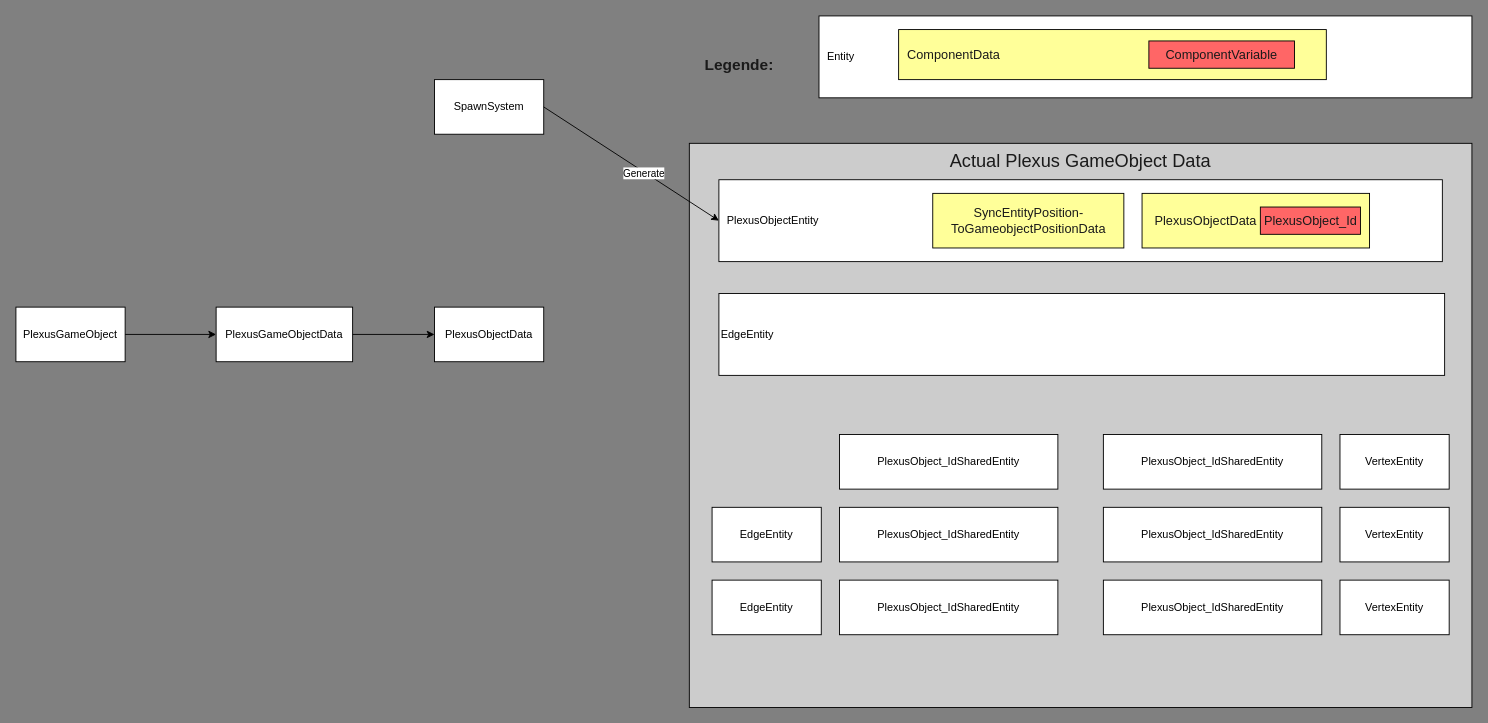
Strieglitz/Unity-Dots-WireframePlexusEffect keeps this draw.io diagram as overview.drawio. Above is the earlier version. Source tidied: cells renumbered, new cells numbered last; positions are measured from the earlier drawing's top-left corner, leaving out a move shared by most shapes. Both pictures are drawn from the tidied source at 91%, with x=0, y=0 at pixel (15, 15).
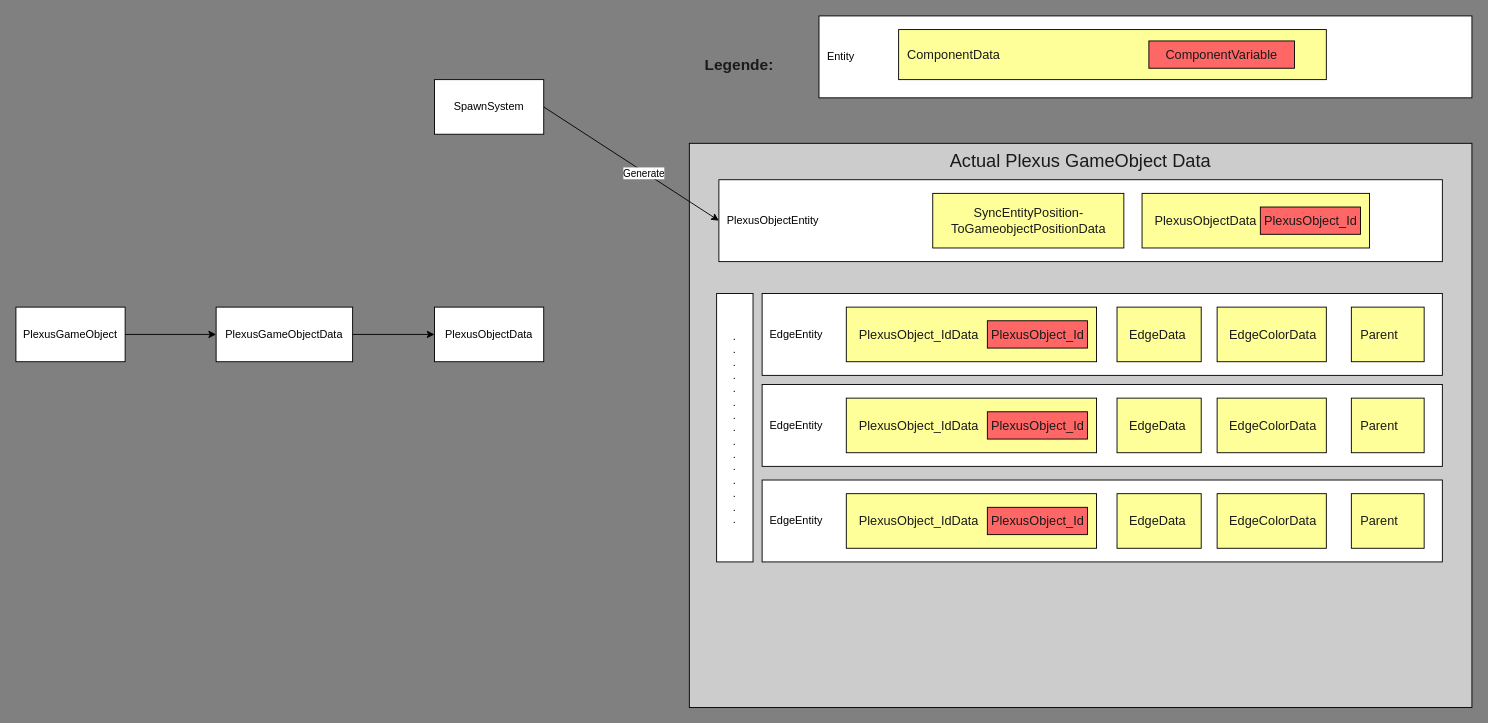
The same diagram, later.

The edit, as a diff of the source:
```diff
@@
-    <mxCell id="12" value="EdgeEntity" style="rounded=0;whiteSpace=wrap;html=1;align=left;" parent="1" vertex="1">
-      <mxGeometry x="772.5" y="305" width="797.5" height="90" as="geometry" />
+    <mxCell id="12" value="&amp;nbsp; EdgeEntity" style="rounded=0;whiteSpace=wrap;html=1;align=left;" parent="1" vertex="1">
+      <mxGeometry x="820" y="305" width="747.5" height="90" as="geometry" />
     </mxCell>
-    <mxCell id="13" value="VertexEntity" style="rounded=0;whiteSpace=wrap;html=1;" parent="1" vertex="1">
-      <mxGeometry x="1455" y="460" width="120" height="60" as="geometry" />
-    </mxCell>
-    <mxCell id="14" value="EdgeEntity" style="rounded=0;whiteSpace=wrap;html=1;" parent="1" vertex="1">
-      <mxGeometry x="765" y="540" width="120" height="60" as="geometry" />
-    </mxCell>
-    <mxCell id="15" value="EdgeEntity" style="rounded=0;whiteSpace=wrap;html=1;" parent="1" vertex="1">
-      <mxGeometry x="765" y="620" width="120" height="60" as="geometry" />
-    </mxCell>
-    <mxCell id="16" value="VertexEntity" style="rounded=0;whiteSpace=wrap;html=1;" parent="1" vertex="1">
-      <mxGeometry x="1455" y="540" width="120" height="60" as="geometry" />
-    </mxCell>
-    <mxCell id="17" value="VertexEntity" style="rounded=0;whiteSpace=wrap;html=1;" parent="1" vertex="1">
-      <mxGeometry x="1455" y="620" width="120" height="60" as="geometry" />
-    </mxCell>
-    <mxCell id="18" value="PlexusObject_IdSharedEntity" style="rounded=0;whiteSpace=wrap;html=1;" parent="1" vertex="1">
-      <mxGeometry x="1195" y="460" width="240" height="60" as="geometry" />
-    </mxCell>
-    <mxCell id="19" value="PlexusObject_IdSharedEntity" style="rounded=0;whiteSpace=wrap;html=1;" parent="1" vertex="1">
-      <mxGeometry x="1195" y="540" width="240" height="60" as="geometry" />
-    </mxCell>
-    <mxCell id="20" value="PlexusObject_IdSharedEntity" style="rounded=0;whiteSpace=wrap;html=1;" parent="1" vertex="1">
-      <mxGeometry x="1195" y="620" width="240" height="60" as="geometry" />
-    </mxCell>
-    <mxCell id="21" value="PlexusObject_IdSharedEntity" style="rounded=0;whiteSpace=wrap;html=1;" parent="1" vertex="1">
-      <mxGeometry x="905" y="460" width="240" height="60" as="geometry" />
-    </mxCell>
-    <mxCell id="22" value="PlexusObject_IdSharedEntity" style="rounded=0;whiteSpace=wrap;html=1;" parent="1" vertex="1">
-      <mxGeometry x="905" y="540" width="240" height="60" as="geometry" />
-    </mxCell>
-    <mxCell id="23" value="PlexusObject_IdSharedEntity" style="rounded=0;whiteSpace=wrap;html=1;" parent="1" vertex="1">
-      <mxGeometry x="905" y="620" width="240" height="60" as="geometry" />
-    </mxCell>
@@
+    <mxCell id="31" value="&amp;nbsp; &amp;nbsp;PlexusObject_IdData" style="rounded=0;whiteSpace=wrap;html=1;fontSize=14;fontColor=#1A1A1A;fillColor=#FFFF99;align=left;" parent="1" vertex="1">
+      <mxGeometry x="912.5" y="320" width="275" height="60" as="geometry" />
+    </mxCell>
+    <mxCell id="32" value="PlexusObject_Id" style="rounded=0;whiteSpace=wrap;html=1;fontSize=14;fontColor=#1A1A1A;fillColor=#FF6666;" parent="1" vertex="1">
+      <mxGeometry x="1067.5" y="335" width="110" height="30" as="geometry" />
+    </mxCell>
+    <mxCell id="33" value="&amp;nbsp; &amp;nbsp;EdgeData" style="rounded=0;whiteSpace=wrap;html=1;fontSize=14;fontColor=#1A1A1A;fillColor=#FFFF99;align=left;" parent="1" vertex="1">
+      <mxGeometry x="1210" y="320" width="92.5" height="60" as="geometry" />
+    </mxCell>
+    <mxCell id="34" value="&amp;nbsp; &amp;nbsp;EdgeColorData" style="rounded=0;whiteSpace=wrap;html=1;fontSize=14;fontColor=#1A1A1A;fillColor=#FFFF99;align=left;" parent="1" vertex="1">
+      <mxGeometry x="1320" y="320" width="120" height="60" as="geometry" />
+    </mxCell>
+    <mxCell id="35" value="&amp;nbsp; Parent" style="rounded=0;whiteSpace=wrap;html=1;fontSize=14;fontColor=#1A1A1A;fillColor=#FFFF99;align=left;" parent="1" vertex="1">
+      <mxGeometry x="1467.5" y="320" width="80" height="60" as="geometry" />
+    </mxCell>
+    <mxCell id="36" value="&amp;nbsp; EdgeEntity" style="rounded=0;whiteSpace=wrap;html=1;align=left;" parent="1" vertex="1">
+      <mxGeometry x="820" y="405" width="747.5" height="90" as="geometry" />
+    </mxCell>
+    <mxCell id="37" value="&amp;nbsp; &amp;nbsp;PlexusObject_IdData" style="rounded=0;whiteSpace=wrap;html=1;fontSize=14;fontColor=#1A1A1A;fillColor=#FFFF99;align=left;" parent="1" vertex="1">
+      <mxGeometry x="912.5" y="420" width="275" height="60" as="geometry" />
+    </mxCell>
+    <mxCell id="38" value="PlexusObject_Id" style="rounded=0;whiteSpace=wrap;html=1;fontSize=14;fontColor=#1A1A1A;fillColor=#FF6666;" parent="1" vertex="1">
+      <mxGeometry x="1067.5" y="435" width="110" height="30" as="geometry" />
+    </mxCell>
+    <mxCell id="39" value="&amp;nbsp; &amp;nbsp;EdgeData" style="rounded=0;whiteSpace=wrap;html=1;fontSize=14;fontColor=#1A1A1A;fillColor=#FFFF99;align=left;" parent="1" vertex="1">
+      <mxGeometry x="1210" y="420" width="92.5" height="60" as="geometry" />
+    </mxCell>
+    <mxCell id="40" value="&amp;nbsp; &amp;nbsp;EdgeColorData" style="rounded=0;whiteSpace=wrap;html=1;fontSize=14;fontColor=#1A1A1A;fillColor=#FFFF99;align=left;" parent="1" vertex="1">
+      <mxGeometry x="1320" y="420" width="120" height="60" as="geometry" />
+    </mxCell>
+    <mxCell id="41" value="&amp;nbsp; Parent" style="rounded=0;whiteSpace=wrap;html=1;fontSize=14;fontColor=#1A1A1A;fillColor=#FFFF99;align=left;" parent="1" vertex="1">
+      <mxGeometry x="1467.5" y="420" width="80" height="60" as="geometry" />
+    </mxCell>
+    <mxCell id="42" value="&amp;nbsp; EdgeEntity" style="rounded=0;whiteSpace=wrap;html=1;align=left;" parent="1" vertex="1">
+      <mxGeometry x="820" y="510" width="747.5" height="90" as="geometry" />
+    </mxCell>
+    <mxCell id="43" value="&amp;nbsp; &amp;nbsp;PlexusObject_IdData" style="rounded=0;whiteSpace=wrap;html=1;fontSize=14;fontColor=#1A1A1A;fillColor=#FFFF99;align=left;" parent="1" vertex="1">
+      <mxGeometry x="912.5" y="525" width="275" height="60" as="geometry" />
+    </mxCell>
+    <mxCell id="44" value="PlexusObject_Id" style="rounded=0;whiteSpace=wrap;html=1;fontSize=14;fontColor=#1A1A1A;fillColor=#FF6666;" parent="1" vertex="1">
+      <mxGeometry x="1067.5" y="540" width="110" height="30" as="geometry" />
+    </mxCell>
+    <mxCell id="45" value="&amp;nbsp; &amp;nbsp;EdgeData" style="rounded=0;whiteSpace=wrap;html=1;fontSize=14;fontColor=#1A1A1A;fillColor=#FFFF99;align=left;" parent="1" vertex="1">
+      <mxGeometry x="1210" y="525" width="92.5" height="60" as="geometry" />
+    </mxCell>
+    <mxCell id="46" value="&amp;nbsp; &amp;nbsp;EdgeColorData" style="rounded=0;whiteSpace=wrap;html=1;fontSize=14;fontColor=#1A1A1A;fillColor=#FFFF99;align=left;" parent="1" vertex="1">
+      <mxGeometry x="1320" y="525" width="120" height="60" as="geometry" />
+    </mxCell>
+    <mxCell id="47" value="&amp;nbsp; Parent" style="rounded=0;whiteSpace=wrap;html=1;fontSize=14;fontColor=#1A1A1A;fillColor=#FFFF99;align=left;" parent="1" vertex="1">
+      <mxGeometry x="1467.5" y="525" width="80" height="60" as="geometry" />
+    </mxCell>
+    <mxCell id="48" value=".&lt;br&gt;.&lt;br&gt;.&lt;br&gt;.&lt;br&gt;.&lt;br&gt;.&lt;br&gt;.&lt;br&gt;.&lt;br&gt;.&lt;br&gt;.&lt;br&gt;.&lt;br&gt;.&lt;br&gt;.&lt;br&gt;.&lt;br&gt;.&lt;br&gt;" style="rounded=0;whiteSpace=wrap;html=1;" parent="1" vertex="1">
+      <mxGeometry x="770" y="305" width="40" height="295" as="geometry" />
+    </mxCell>
```
